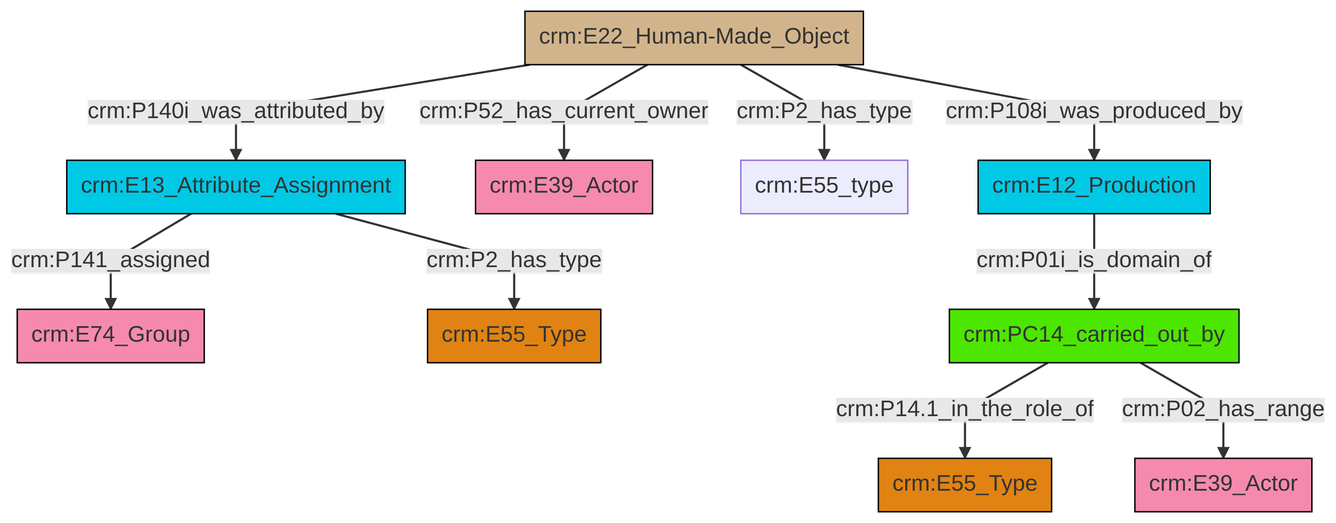
Before: et/builtWorkCSV/ttl/mmd/png/Built_Work_actor_relations.png, a diagram exported from Mermaid (swiss-art-research-net/reference-data-models). Its source is kept beside it as et/builtWorkCSV/ttl/mmd/Built_Work_actor_relations.ttl.mmd.
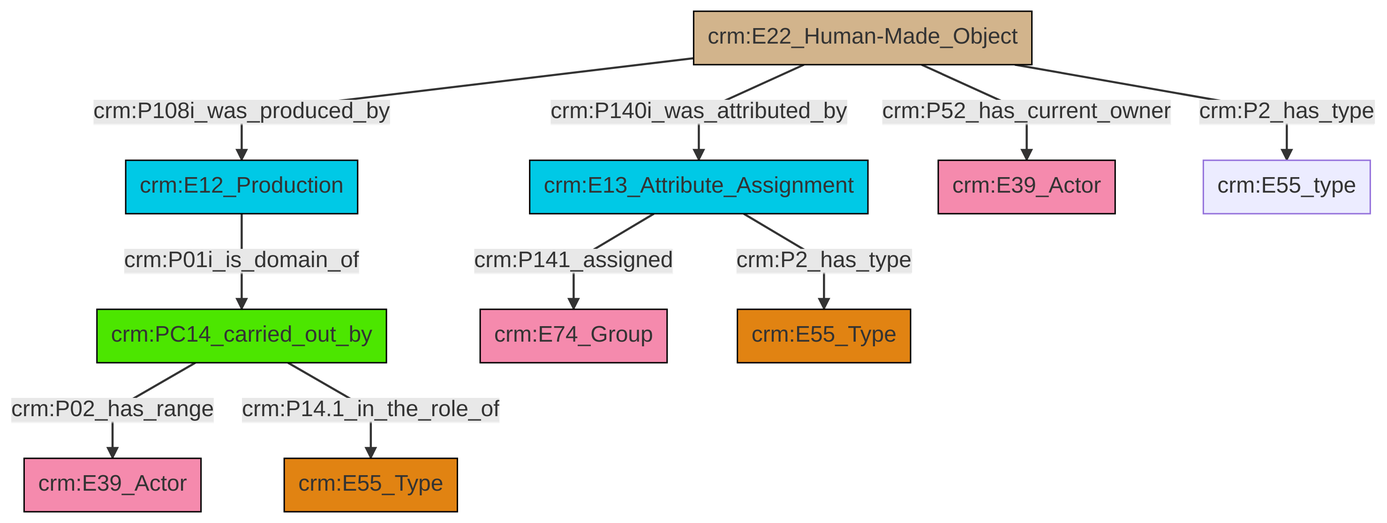
The same diagram one commit later.

What changed in the source:
```diff
@@ -13,12 +13,12 @@
 classDef PC_Classes fill:#4ce600, stroke:#000000;
 classDef Multi fill:#cccccc,stroke:#000000;
 
-0["crm:E13_Attribute_Assignment"]:::Temporal_Entity -->|crm:P141_assigned| 1["crm:E74_Group"]:::Actor
-2["crm:E22_Human-Made_Object"]:::Physical_Thing -->|crm:P140i_was_attributed_by| 0["crm:E13_Attribute_Assignment"]:::Temporal_Entity
-2["crm:E22_Human-Made_Object"]:::Physical_Thing -->|crm:P52_has_current_owner| 3["crm:E39_Actor"]:::Actor
-9["crm:PC14_carried_out_by"]:::PC_Classes -->|crm:P14.1_in_the_role_of| 10["crm:E55_Type"]:::Type
-2["crm:E22_Human-Made_Object"]:::Physical_Thing -->|crm:P2_has_type| 7["crm:E55_type"]:::Default
-2["crm:E22_Human-Made_Object"]:::Physical_Thing -->|crm:P108i_was_produced_by| 13["crm:E12_Production"]:::Temporal_Entity
-0["crm:E13_Attribute_Assignment"]:::Temporal_Entity -->|crm:P2_has_type| 5["crm:E55_Type"]:::Type
-9["crm:PC14_carried_out_by"]:::PC_Classes -->|crm:P02_has_range| 15["crm:E39_Actor"]:::Actor
-13["crm:E12_Production"]:::Temporal_Entity -->|crm:P01i_is_domain_of| 9["crm:PC14_carried_out_by"]:::PC_Classes
+0["crm:E12_Production"]:::Temporal_Entity -->|crm:P01i_is_domain_of| 1["crm:PC14_carried_out_by"]:::PC_Classes
+1["crm:PC14_carried_out_by"]:::PC_Classes -->|crm:P02_has_range| 2["crm:E39_Actor"]:::Actor
+3["crm:E22_Human-Made_Object"]:::Physical_Thing -->|crm:P108i_was_produced_by| 0["crm:E12_Production"]:::Temporal_Entity
+8["crm:E13_Attribute_Assignment"]:::Temporal_Entity -->|crm:P2_has_type| 9["crm:E55_Type"]:::Type
+3["crm:E22_Human-Made_Object"]:::Physical_Thing -->|crm:P52_has_current_owner| 10["crm:E39_Actor"]:::Actor
+8["crm:E13_Attribute_Assignment"]:::Temporal_Entity -->|crm:P141_assigned| 4["crm:E74_Group"]:::Actor
+1["crm:PC14_carried_out_by"]:::PC_Classes -->|crm:P14.1_in_the_role_of| 12["crm:E55_Type"]:::Type
+3["crm:E22_Human-Made_Object"]:::Physical_Thing -->|crm:P140i_was_attributed_by| 8["crm:E13_Attribute_Assignment"]:::Temporal_Entity
+3["crm:E22_Human-Made_Object"]:::Physical_Thing -->|crm:P2_has_type| 16["crm:E55_type"]:::Default
```
